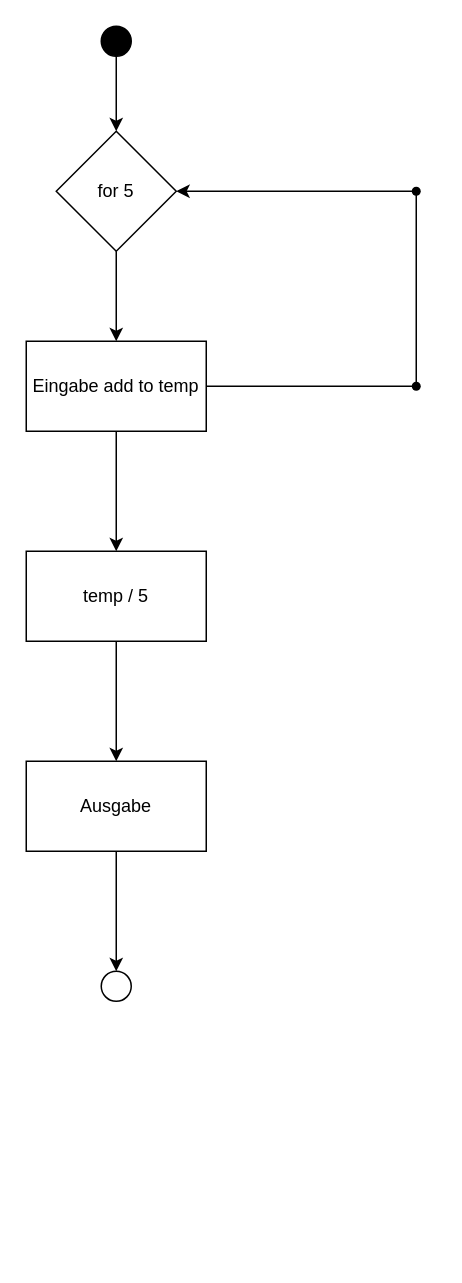
Before: src/_4_Schleifen/DurchschnittsTemperatur.drawio in byte-jn/school-project1, a draw.io diagram. Source tidied: cells renumbered, new cells numbered last; positions are measured from the earlier drawing's top-left corner, leaving out a move shared by most shapes. Both pictures are drawn from the tidied source at 150%, with x=0, y=0 at pixel (26, 26).
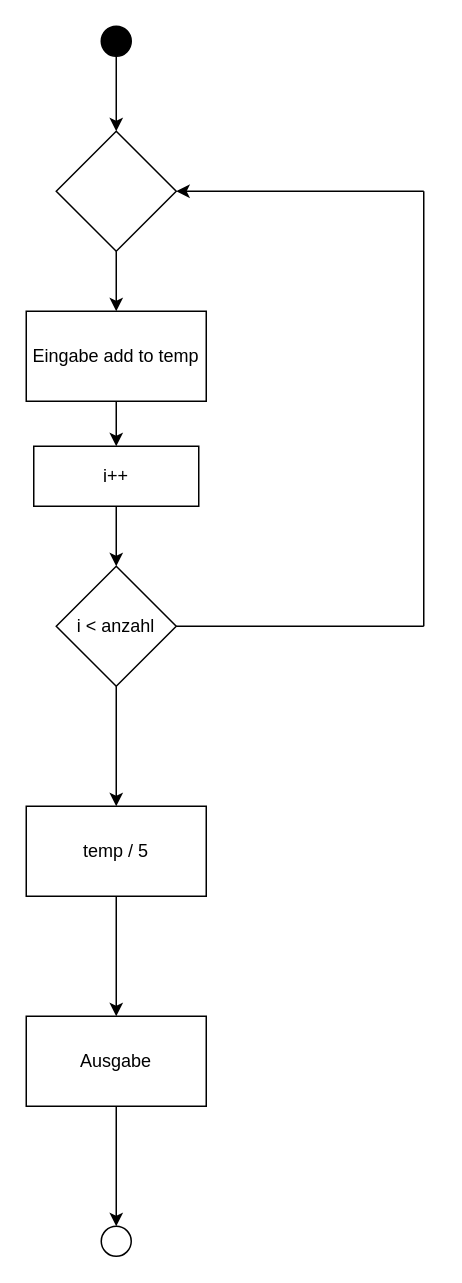
After the change.

Commit message:
Update diagram in DurchschnittsTemperatur.drawio to reflect changes in temperature calculation flow

The edit, as a diff of the source:
```diff
@@
-    <mxCell id="2" style="edgeStyle=none;html=1;" parent="1" edge="1" source="4">
-      <mxGeometry relative="1" as="geometry">
-        <mxPoint x="60" y="350" as="targetPoint" />
-      </mxGeometry>
-    </mxCell>
-    <mxCell id="3" style="edgeStyle=none;html=1;endArrow=none;endFill=0;" parent="1" edge="1" source="4" target="15">
-      <mxGeometry relative="1" as="geometry" />
-    </mxCell>
+    <mxCell id="18" style="edgeStyle=none;html=1;" parent="1" edge="1" source="4" target="23">
+      <mxGeometry relative="1" as="geometry" />
+    </mxCell>
     <mxCell id="4" value="Eingabe add to temp" style="rounded=0;whiteSpace=wrap;html=1;" parent="1" vertex="1">
-      <mxGeometry y="210" width="120" height="60" as="geometry" />
+      <mxGeometry y="190" width="120" height="60" as="geometry" />
     </mxCell>
@@
     <mxCell id="9" value="temp / 5" style="rounded=0;whiteSpace=wrap;html=1;" parent="1" vertex="1">
-      <mxGeometry y="350" width="120" height="60" as="geometry" />
+      <mxGeometry y="520" width="120" height="60" as="geometry" />
     </mxCell>
@@
     <mxCell id="11" value="Ausgabe" style="whiteSpace=wrap;html=1;rounded=0;" parent="1" vertex="1">
-      <mxGeometry y="490" width="120" height="60" as="geometry" />
+      <mxGeometry y="660" width="120" height="60" as="geometry" />
     </mxCell>
     <mxCell id="12" style="ellipse;whiteSpace=wrap;html=1;rounded=0;" parent="1" vertex="1">
-      <mxGeometry x="50" y="630" width="20" height="20" as="geometry" />
+      <mxGeometry x="50" y="800" width="20" height="20" as="geometry" />
     </mxCell>
-    <mxCell id="13" value="for 5" style="rhombus;whiteSpace=wrap;html=1;fillColor=default;" parent="1" vertex="1">
+    <mxCell id="13" style="rhombus;whiteSpace=wrap;html=1;fillColor=default;" parent="1" vertex="1">
       <mxGeometry x="20" y="70" width="80" height="80" as="geometry" />
     </mxCell>
-    <mxCell id="14" style="edgeStyle=none;html=1;endArrow=none;endFill=0;" parent="1" edge="1" source="15" target="17">
-      <mxGeometry relative="1" as="geometry" />
+    <mxCell id="14" style="edgeStyle=none;html=1;endArrow=none;endFill=0;" parent="1" edge="1">
+      <mxGeometry relative="1" as="geometry">
+        <mxPoint x="265" y="400" as="sourcePoint" />
+        <mxPoint x="265" y="110" as="targetPoint" />
+      </mxGeometry>
     </mxCell>
-    <mxCell id="15" style="shape=waypoint;sketch=0;size=6;points=[];fillColor=default;perimeter=centerPerimeter;snapToPoint=1;rounded=0;" parent="1" vertex="1">
-      <mxGeometry x="250" y="230" width="20" height="20" as="geometry" />
-    </mxCell>
-    <mxCell id="16" style="edgeStyle=none;html=1;entryX=1;entryY=0.5;entryDx=0;entryDy=0;" parent="1" edge="1" source="17" target="13">
-      <mxGeometry relative="1" as="geometry" />
+    <mxCell id="16" style="edgeStyle=none;html=1;entryX=1;entryY=0.5;entryDx=0;entryDy=0;" parent="1" edge="1" target="13">
+      <mxGeometry relative="1" as="geometry">
+        <mxPoint x="265" y="110" as="sourcePoint" />
+      </mxGeometry>
     </mxCell>
-    <mxCell id="17" style="shape=waypoint;sketch=0;size=6;points=[];fillColor=default;perimeter=centerPerimeter;snapToPoint=1;rounded=0;" parent="1" vertex="1">
-      <mxGeometry x="250" y="100" width="20" height="20" as="geometry" />
-    </mxCell>
+    <mxCell id="19" style="edgeStyle=none;html=1;endArrow=none;endFill=0;" parent="1" edge="1" source="21">
+      <mxGeometry relative="1" as="geometry">
+        <mxPoint x="265" y="400" as="targetPoint" />
+      </mxGeometry>
+    </mxCell>
+    <mxCell id="20" style="edgeStyle=none;html=1;" parent="1" edge="1" source="21" target="9">
+      <mxGeometry relative="1" as="geometry" />
+    </mxCell>
+    <mxCell id="21" value="i &amp;lt; anzahl" style="rhombus;whiteSpace=wrap;html=1;rounded=0;" parent="1" vertex="1">
+      <mxGeometry x="20" y="360" width="80" height="80" as="geometry" />
+    </mxCell>
+    <mxCell id="22" style="edgeStyle=none;html=1;" parent="1" edge="1" source="23" target="21">
+      <mxGeometry relative="1" as="geometry" />
+    </mxCell>
+    <mxCell id="23" value="i++" style="rounded=0;whiteSpace=wrap;html=1;" parent="1" vertex="1">
+      <mxGeometry x="5" y="280" width="110" height="40" as="geometry" />
+    </mxCell>
```
